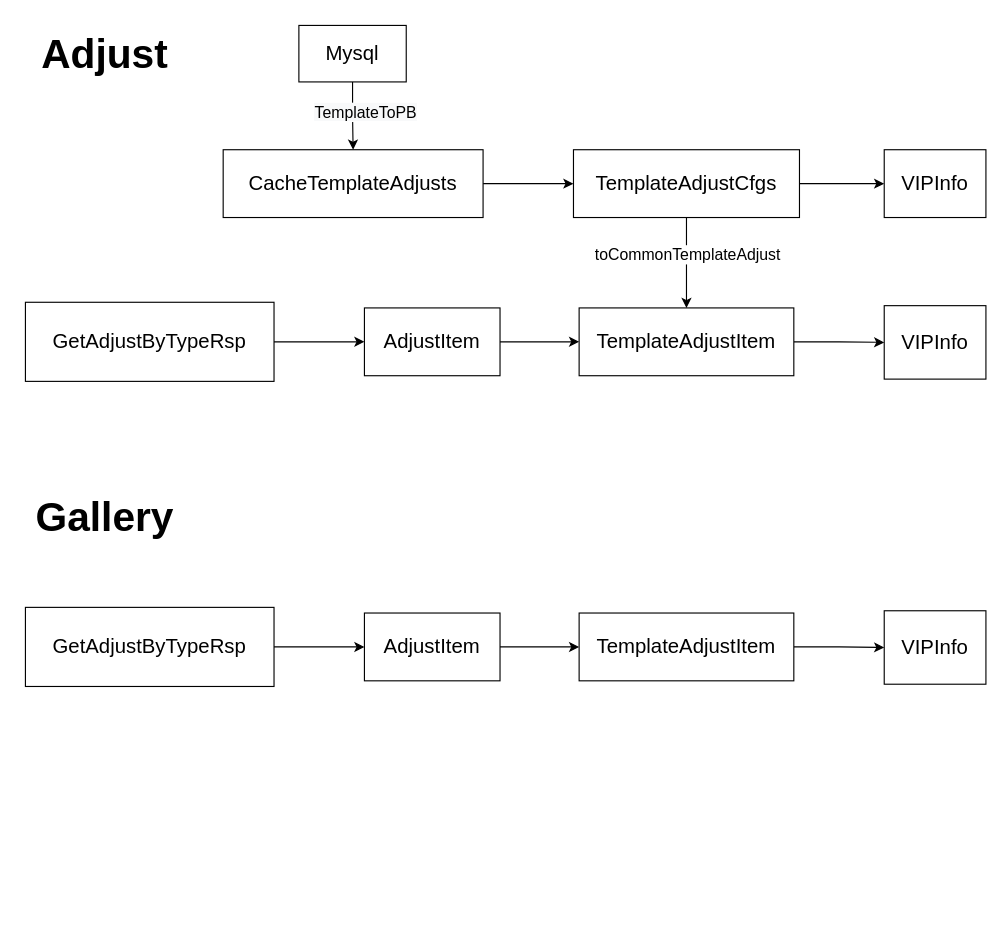
Earlier version of the draw.io diagram zora/vip.drawio (zora1997/zora). Source tidied: cells renumbered, new cells numbered last; positions are measured from the earlier drawing's top-left corner, leaving out a move shared by most shapes. Both pictures are drawn from the tidied source at 113%, with x=0, y=0 at pixel (19, 19).
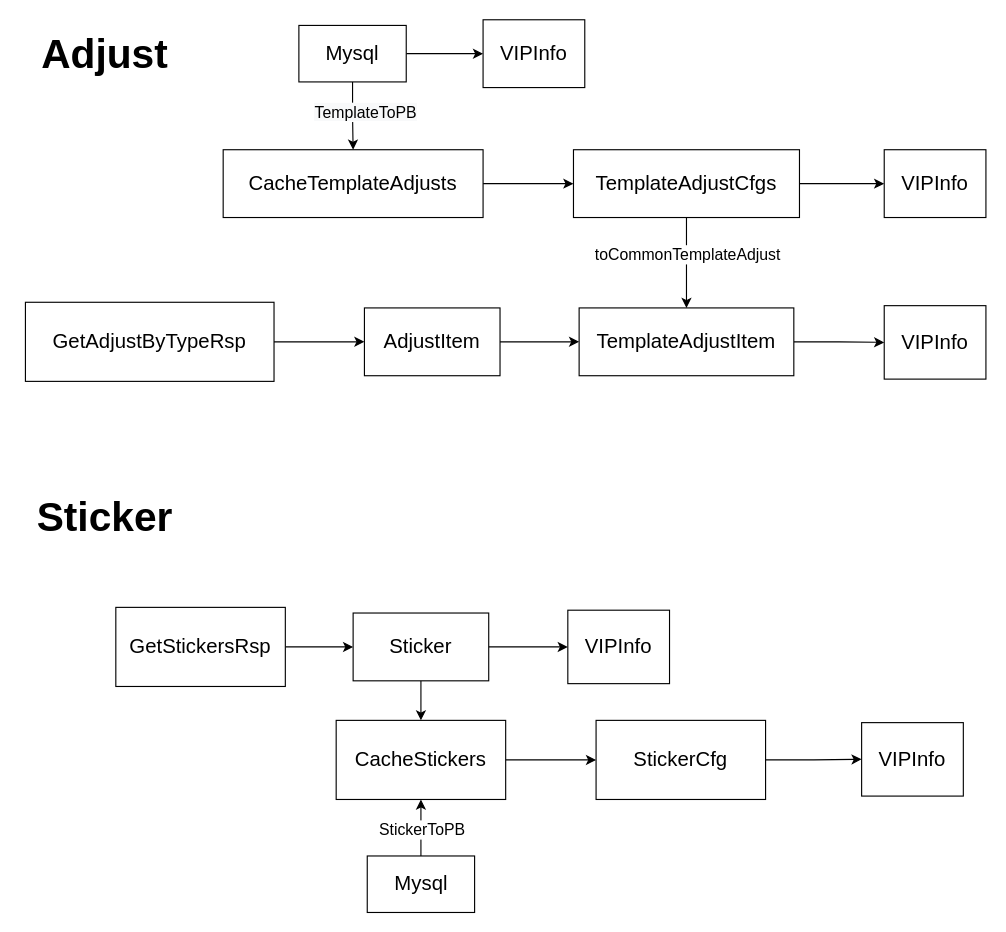
The same diagram, later.

The change refers to these unchanged cells:
```xml
<mxCell id="27" value="&lt;font style=&quot;font-size: 18px;&quot;&gt;Mysql&lt;br&gt;&lt;/font&gt;" style="rounded=0;whiteSpace=wrap;html=1;" parent="1" vertex="1">
  <mxGeometry x="247" y="5" width="95" height="50" as="geometry" />
</mxCell>
```

Diff of the diagram source:
```diff
@@
-    <mxCell id="11" value="&lt;font style=&quot;font-size: 18px;&quot;&gt;GetAdjustByTypeRsp&lt;/font&gt;" style="rounded=0;whiteSpace=wrap;html=1;" parent="1" vertex="1">
-      <mxGeometry x="5" y="520" width="220" height="70" as="geometry" />
+    <mxCell id="11" value="&lt;font style=&quot;font-size: 18px;&quot;&gt;GetStickersRsp&lt;/font&gt;" style="rounded=0;whiteSpace=wrap;html=1;" parent="1" vertex="1">
+      <mxGeometry x="85" y="520" width="150" height="70" as="geometry" />
     </mxCell>
-    <mxCell id="12" style="edgeStyle=orthogonalEdgeStyle;rounded=0;jettySize=auto;html=1;exitX=1;exitY=0.5;exitDx=0;exitDy=0;entryX=0;entryY=0.5;entryDx=0;entryDy=0;fontSize=18;" parent="1" edge="1" source="13" target="15">
+    <mxCell id="12" style="edgeStyle=orthogonalEdgeStyle;rounded=0;jettySize=auto;html=1;exitX=1;exitY=0.5;exitDx=0;exitDy=0;entryX=0;entryY=0.5;entryDx=0;entryDy=0;fontSize=18;" parent="1" edge="1" source="13" target="16">
       <mxGeometry relative="1" as="geometry" />
     </mxCell>
+    <mxCell id="28" style="edgeStyle=orthogonalEdgeStyle;rounded=0;jettySize=auto;html=1;exitX=0.5;exitY=1;exitDx=0;exitDy=0;entryX=0.5;entryY=0;entryDx=0;entryDy=0;fontSize=14;" parent="1" edge="1" source="13" target="32">
+      <mxGeometry relative="1" as="geometry" />
+    </mxCell>
-    <mxCell id="13" value="&lt;font style=&quot;font-size: 18px;&quot;&gt;AdjustItem&lt;/font&gt;" style="rounded=0;whiteSpace=wrap;html=1;" parent="1" vertex="1">
-      <mxGeometry x="305" y="525" width="120" height="60" as="geometry" />
+    <mxCell id="13" value="&lt;font style=&quot;font-size: 18px;&quot;&gt;Sticker&lt;/font&gt;" style="rounded=0;whiteSpace=wrap;html=1;" parent="1" vertex="1">
+      <mxGeometry x="295" y="525" width="120" height="60" as="geometry" />
     </mxCell>
-    <mxCell id="14" style="edgeStyle=orthogonalEdgeStyle;rounded=0;jettySize=auto;html=1;fontSize=18;" parent="1" edge="1" source="15" target="16">
-      <mxGeometry relative="1" as="geometry" />
-    </mxCell>
-    <mxCell id="15" value="&lt;font style=&quot;font-size: 18px;&quot;&gt;TemplateAdjustItem&lt;/font&gt;" style="rounded=0;whiteSpace=wrap;html=1;" parent="1" vertex="1">
-      <mxGeometry x="495" y="525" width="190" height="60" as="geometry" />
-    </mxCell>
     <mxCell id="16" value="&lt;font style=&quot;font-size: 18px;&quot;&gt;VIPInfo&lt;/font&gt;" style="rounded=0;whiteSpace=wrap;html=1;" parent="1" vertex="1">
-      <mxGeometry x="765" y="523" width="90" height="65" as="geometry" />
+      <mxGeometry x="485" y="522.5" width="90" height="65" as="geometry" />
     </mxCell>
-    <mxCell id="17" value="&lt;b&gt;&lt;font style=&quot;font-size: 36px;&quot;&gt;Gallery&lt;/font&gt;&lt;/b&gt;" style="text;html=1;align=center;verticalAlign=middle;strokeColor=none;fillColor=none;fontSize=18;" parent="1" vertex="1">
-      <mxGeometry y="410" width="150" height="60" as="geometry" />
+    <mxCell id="17" value="&lt;b&gt;&lt;font style=&quot;font-size: 36px;&quot;&gt;Sticker&lt;/font&gt;&lt;/b&gt;" style="text;html=1;align=center;verticalAlign=middle;strokeColor=none;fillColor=none;fontSize=18;" parent="1" vertex="1">
+      <mxGeometry x="5" y="410" width="140" height="60" as="geometry" />
     </mxCell>
@@
+    <mxCell id="29" style="edgeStyle=orthogonalEdgeStyle;rounded=0;jettySize=auto;html=1;exitX=1;exitY=0.5;exitDx=0;exitDy=0;entryX=0;entryY=0.5;entryDx=0;entryDy=0;fontSize=14;" parent="1" edge="1" source="27" target="30">
+      <mxGeometry relative="1" as="geometry" />
+    </mxCell>
@@
+    <mxCell id="30" value="&lt;font style=&quot;font-size: 18px;&quot;&gt;VIPInfo&lt;/font&gt;" style="rounded=0;whiteSpace=wrap;html=1;" parent="1" vertex="1">
+      <mxGeometry x="410" width="90" height="60" as="geometry" />
+    </mxCell>
+    <mxCell id="31" style="edgeStyle=orthogonalEdgeStyle;rounded=0;jettySize=auto;html=1;fontSize=14;" parent="1" edge="1" source="32" target="34">
+      <mxGeometry relative="1" as="geometry" />
+    </mxCell>
+    <mxCell id="32" value="&lt;font style=&quot;font-size: 18px;&quot;&gt;CacheStickers&lt;/font&gt;" style="rounded=0;whiteSpace=wrap;html=1;" parent="1" vertex="1">
+      <mxGeometry x="280" y="620" width="150" height="70" as="geometry" />
+    </mxCell>
+    <mxCell id="33" style="edgeStyle=orthogonalEdgeStyle;rounded=0;jettySize=auto;html=1;exitX=1;exitY=0.5;exitDx=0;exitDy=0;entryX=0;entryY=0.5;entryDx=0;entryDy=0;fontSize=14;" parent="1" edge="1" source="34" target="35">
+      <mxGeometry relative="1" as="geometry" />
+    </mxCell>
+    <mxCell id="34" value="&lt;font style=&quot;font-size: 18px;&quot;&gt;StickerCfg&lt;/font&gt;" style="rounded=0;whiteSpace=wrap;html=1;" parent="1" vertex="1">
+      <mxGeometry x="510" y="620" width="150" height="70" as="geometry" />
+    </mxCell>
+    <mxCell id="35" value="&lt;font style=&quot;font-size: 18px;&quot;&gt;VIPInfo&lt;/font&gt;" style="rounded=0;whiteSpace=wrap;html=1;" parent="1" vertex="1">
+      <mxGeometry x="745" y="622" width="90" height="65" as="geometry" />
+    </mxCell>
+    <mxCell id="36" style="edgeStyle=orthogonalEdgeStyle;rounded=0;jettySize=auto;html=1;exitX=0.5;exitY=0;exitDx=0;exitDy=0;fontSize=14;" parent="1" edge="1" source="38" target="32">
+      <mxGeometry relative="1" as="geometry" />
+    </mxCell>
+    <mxCell id="37" value="StickerToPB" style="edgeLabel;html=1;align=center;verticalAlign=middle;fontSize=14;" parent="36" vertex="1">
+      <mxGeometry x="0.08" relative="1" as="geometry">
+        <mxPoint y="3" as="offset" />
+      </mxGeometry>
+    </mxCell>
+    <mxCell id="38" value="&lt;font style=&quot;font-size: 18px;&quot;&gt;Mysql&lt;br&gt;&lt;/font&gt;" style="rounded=0;whiteSpace=wrap;html=1;" parent="1" vertex="1">
+      <mxGeometry x="307.5" y="740" width="95" height="50" as="geometry" />
+    </mxCell>
```
